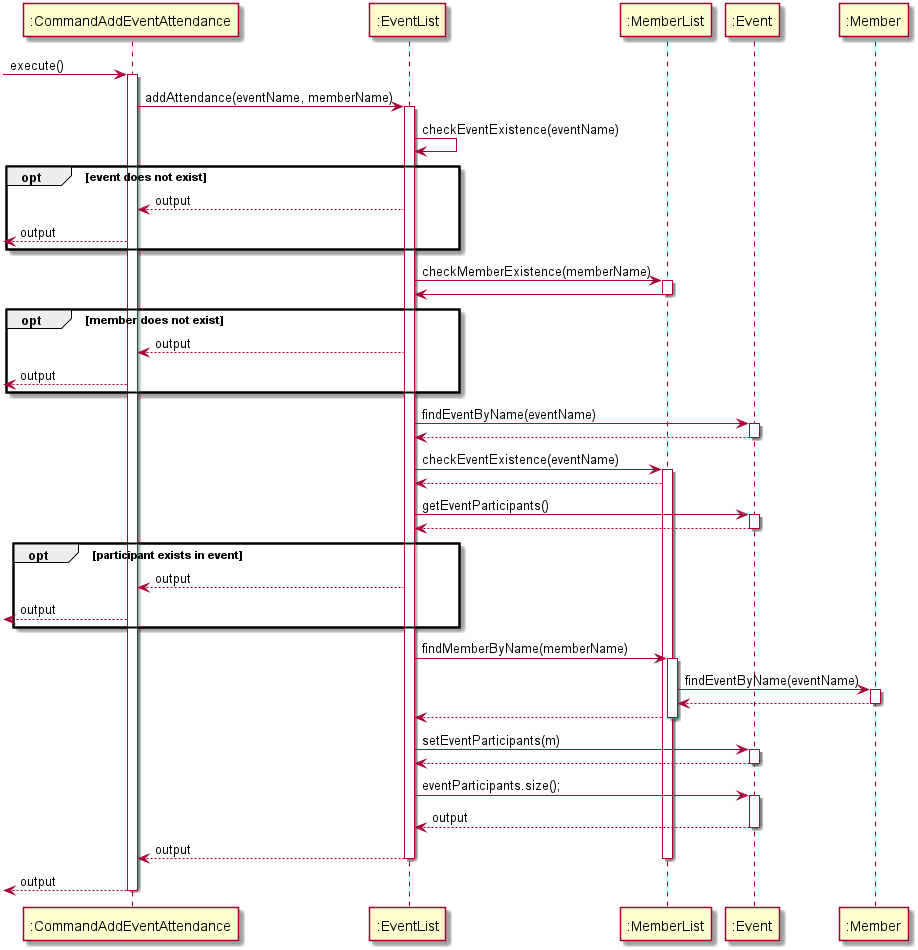
Above: docs/EventDiagram/SequenceDiagram/CommandAddEventAttendance.png in nus-cs2113-AY2021S1/tp (PlantUML), before the change.
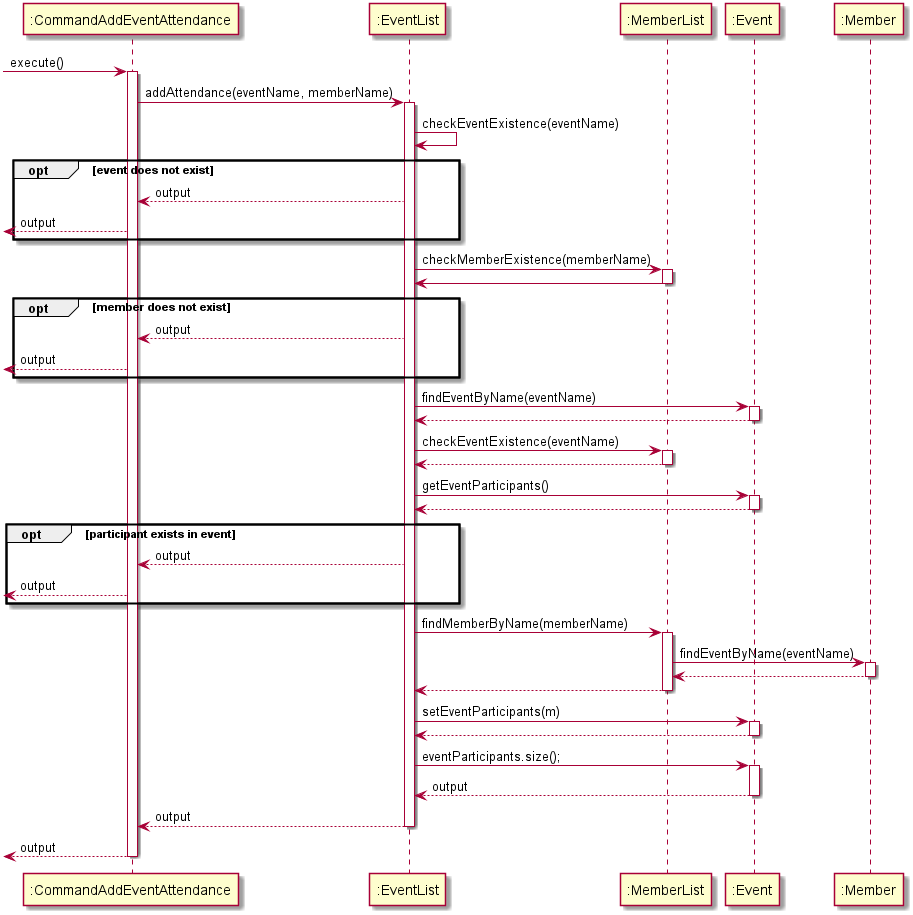
After the commit.

Commit message:
Correct Diagram

What changed in the source:
```diff
@@ -26,6 +26,7 @@
 ":EventList" -> ":MemberList" : checkEventExistence(eventName)
 activate ":MemberList"
 ":MemberList" --> ":EventList"
+deactivate ":MemberList"
 ":EventList" -> ":Event" : getEventParticipants()
 activate ":Event"
 return
@@ -52,7 +53,7 @@
 return output
 ":EventList" --> ":CommandAddEventAttendance" : output
 deactivate ":EventList"
-deactivate ":MemberList"
+
 <-- ":CommandAddEventAttendance" : output
 deactivate ":CommandAddEventAttendance"
 @enduml
```
